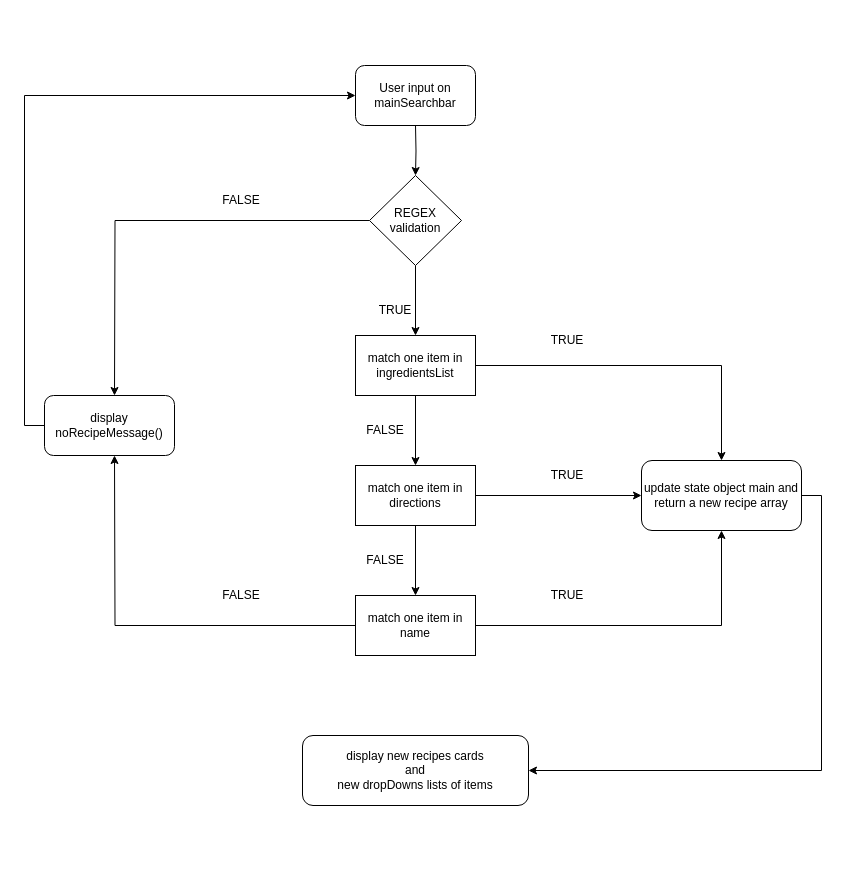
The draw.io diagram Fiche d'investigation fonctionnalité - recherche principale.drawio in loumorganrene/LesPetitsPlats, before the edit. Source tidied: cells renumbered, new cells numbered last; positions are measured from the earlier drawing's top-left corner, leaving out a move shared by most shapes. Both pictures are drawn from the tidied source at 100%, with x=0, y=0 at pixel (44, 65).
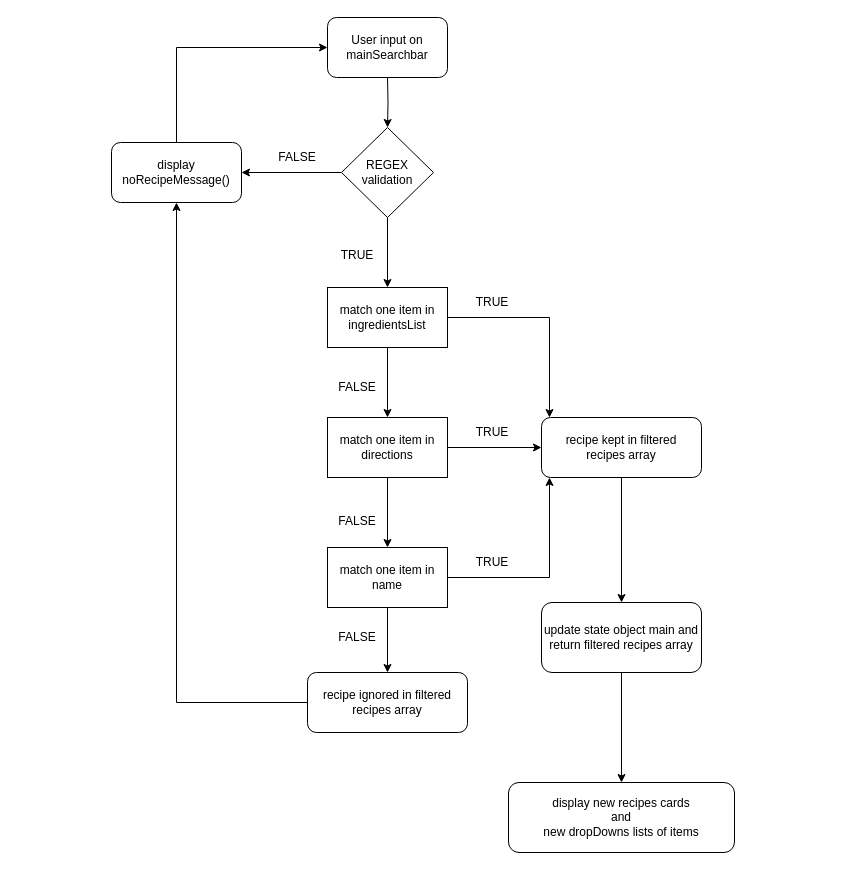
After the change.

Commit message:
Mettre à jour Fiche d'investigation fonctionnalité - recherche principale.drawio

Change to the diagram source:
```diff
@@
     <mxCell id="2" style="edgeStyle=orthogonalEdgeStyle;rounded=0;jettySize=auto;html=1;" parent="1" edge="1" target="6">
       <mxGeometry relative="1" as="geometry">
-        <mxPoint x="371" y="60" as="sourcePoint" />
+        <mxPoint x="343" y="12" as="sourcePoint" />
       </mxGeometry>
     </mxCell>
     <mxCell id="3" value="User input on mainSearchbar" style="rounded=1;whiteSpace=wrap;html=1;" parent="1" vertex="1">
-      <mxGeometry x="311" width="120" height="60" as="geometry" />
+      <mxGeometry x="283" y="-48" width="120" height="60" as="geometry" />
     </mxCell>
@@
-    <mxCell id="5" style="edgeStyle=orthogonalEdgeStyle;rounded=0;jettySize=auto;html=1;entryX=0.5;entryY=0;entryDx=0;entryDy=0;" parent="1" edge="1" source="6">
-      <mxGeometry relative="1" as="geometry">
-        <mxPoint x="70" y="330" as="targetPoint" />
-      </mxGeometry>
+    <mxCell id="5" style="edgeStyle=orthogonalEdgeStyle;rounded=0;jettySize=auto;html=1;entryX=1;entryY=0.5;entryDx=0;entryDy=0;" parent="1" edge="1" source="6" target="19">
+      <mxGeometry relative="1" as="geometry" />
     </mxCell>
     <mxCell id="6" value="&lt;div&gt;REGEX &lt;br&gt;&lt;/div&gt;&lt;div&gt;validation&lt;/div&gt;" style="rhombus;whiteSpace=wrap;html=1;" parent="1" vertex="1">
-      <mxGeometry x="325" y="110" width="92" height="90" as="geometry" />
+      <mxGeometry x="297" y="62" width="92" height="90" as="geometry" />
     </mxCell>
@@
-    <mxCell id="8" style="edgeStyle=orthogonalEdgeStyle;rounded=0;jettySize=auto;html=1;entryX=0.5;entryY=0;entryDx=0;entryDy=0;" parent="1" edge="1" source="9" target="24">
+    <mxCell id="8" style="edgeStyle=orthogonalEdgeStyle;rounded=0;jettySize=auto;html=1;entryX=0.05;entryY=0;entryDx=0;entryDy=0;entryPerimeter=0;" parent="1" edge="1" source="9" target="24">
       <mxGeometry relative="1" as="geometry" />
     </mxCell>
     <mxCell id="9" value="match one item in ingredientsList" style="rounded=0;whiteSpace=wrap;html=1;" parent="1" vertex="1">
-      <mxGeometry x="311" y="270" width="120" height="60" as="geometry" />
+      <mxGeometry x="283" y="222" width="120" height="60" as="geometry" />
     </mxCell>
@@
     <mxCell id="12" value="match one item in directions" style="rounded=0;whiteSpace=wrap;html=1;" parent="1" vertex="1">
-      <mxGeometry x="311" y="400" width="120" height="60" as="geometry" />
+      <mxGeometry x="283" y="352" width="120" height="60" as="geometry" />
     </mxCell>
     <mxCell id="13" value="FALSE" style="text;html=1;strokeColor=none;fillColor=none;align=center;verticalAlign=middle;whiteSpace=wrap;rounded=0;" parent="1" vertex="1">
-      <mxGeometry x="311" y="350" width="60" height="30" as="geometry" />
+      <mxGeometry x="283" y="306.5" width="60" height="30" as="geometry" />
     </mxCell>
-    <mxCell id="14" style="edgeStyle=orthogonalEdgeStyle;rounded=0;jettySize=auto;html=1;entryX=0.5;entryY=1;entryDx=0;entryDy=0;" parent="1" edge="1" source="16">
-      <mxGeometry relative="1" as="geometry">
-        <mxPoint x="70" y="390" as="targetPoint" />
-      </mxGeometry>
-    </mxCell>
-    <mxCell id="15" style="edgeStyle=orthogonalEdgeStyle;rounded=0;jettySize=auto;html=1;exitX=1;exitY=0.5;exitDx=0;exitDy=0;entryX=0.5;entryY=1;entryDx=0;entryDy=0;" parent="1" edge="1" source="16" target="24">
+    <mxCell id="15" style="edgeStyle=orthogonalEdgeStyle;rounded=0;jettySize=auto;html=1;exitX=1;exitY=0.5;exitDx=0;exitDy=0;entryX=0.05;entryY=1;entryDx=0;entryDy=0;entryPerimeter=0;" parent="1" edge="1" source="16" target="24">
       <mxGeometry relative="1" as="geometry" />
     </mxCell>
+    <mxCell id="29" style="edgeStyle=orthogonalEdgeStyle;rounded=0;jettySize=auto;html=1;exitX=0.5;exitY=1;exitDx=0;exitDy=0;entryX=0.5;entryY=0;entryDx=0;entryDy=0;" parent="1" edge="1" source="16" target="34">
+      <mxGeometry relative="1" as="geometry" />
+    </mxCell>
     <mxCell id="16" value="match one item in name" style="rounded=0;whiteSpace=wrap;html=1;" parent="1" vertex="1">
-      <mxGeometry x="311" y="530" width="120" height="60" as="geometry" />
+      <mxGeometry x="283" y="482" width="120" height="60" as="geometry" />
     </mxCell>
     <mxCell id="17" value="FALSE" style="text;html=1;strokeColor=none;fillColor=none;align=center;verticalAlign=middle;whiteSpace=wrap;rounded=0;" parent="1" vertex="1">
-      <mxGeometry x="311" y="480" width="60" height="30" as="geometry" />
+      <mxGeometry x="283" y="441" width="60" height="30" as="geometry" />
     </mxCell>
-    <mxCell id="18" style="edgeStyle=orthogonalEdgeStyle;rounded=0;jettySize=auto;html=1;exitX=0;exitY=0.5;exitDx=0;exitDy=0;entryX=0;entryY=0.5;entryDx=0;entryDy=0;" parent="1" edge="1" source="19" target="3">
+    <mxCell id="18" style="edgeStyle=orthogonalEdgeStyle;rounded=0;jettySize=auto;html=1;exitX=0.5;exitY=0;exitDx=0;exitDy=0;entryX=0;entryY=0.5;entryDx=0;entryDy=0;" parent="1" edge="1" source="19" target="3">
       <mxGeometry relative="1" as="geometry" />
     </mxCell>
     <mxCell id="19" value="display noRecipeMessage()" style="rounded=1;whiteSpace=wrap;html=1;" parent="1" vertex="1">
-      <mxGeometry y="330" width="130" height="60" as="geometry" />
+      <mxGeometry x="67" y="77" width="130" height="60" as="geometry" />
     </mxCell>
     <mxCell id="20" value="FALSE" style="text;html=1;strokeColor=none;fillColor=none;align=center;verticalAlign=middle;whiteSpace=wrap;rounded=0;" parent="1" vertex="1">
-      <mxGeometry x="167" y="515" width="60" height="30" as="geometry" />
+      <mxGeometry x="283" y="557" width="60" height="30" as="geometry" />
     </mxCell>
     <mxCell id="21" value="FALSE" style="text;html=1;strokeColor=none;fillColor=none;align=center;verticalAlign=middle;whiteSpace=wrap;rounded=0;" parent="1" vertex="1">
-      <mxGeometry x="167" y="120" width="60" height="30" as="geometry" />
+      <mxGeometry x="223" y="77" width="60" height="30" as="geometry" />
     </mxCell>
     <mxCell id="22" value="TRUE" style="text;html=1;strokeColor=none;fillColor=none;align=center;verticalAlign=middle;whiteSpace=wrap;rounded=0;" parent="1" vertex="1">
-      <mxGeometry x="493" y="260" width="60" height="30" as="geometry" />
+      <mxGeometry x="418" y="222" width="60" height="30" as="geometry" />
     </mxCell>
-    <mxCell id="23" style="edgeStyle=orthogonalEdgeStyle;rounded=0;jettySize=auto;html=1;exitX=1;exitY=0.5;exitDx=0;exitDy=0;entryX=1;entryY=0.5;entryDx=0;entryDy=0;" parent="1" edge="1" source="24" target="28">
-      <mxGeometry relative="1" as="geometry" />
-    </mxCell>
+    <mxCell id="30" style="edgeStyle=orthogonalEdgeStyle;rounded=0;jettySize=auto;html=1;exitX=0.5;exitY=1;exitDx=0;exitDy=0;entryX=0.5;entryY=0;entryDx=0;entryDy=0;" parent="1" edge="1" source="24" target="32">
+      <mxGeometry relative="1" as="geometry" />
+    </mxCell>
-    <mxCell id="24" value="&lt;div&gt;update state object main and &lt;br&gt;&lt;/div&gt;&lt;div&gt;return a new recipe array &lt;br&gt;&lt;/div&gt;" style="rounded=1;whiteSpace=wrap;html=1;" parent="1" vertex="1">
-      <mxGeometry x="597" y="395" width="160" height="70" as="geometry" />
+    <mxCell id="24" value="&lt;div align=&quot;center&quot;&gt;recipe kept in filtered &lt;br&gt;&lt;/div&gt;&lt;div align=&quot;center&quot;&gt;recipes array&lt;br&gt;&lt;/div&gt;" style="rounded=1;whiteSpace=wrap;html=1;align=center;" parent="1" vertex="1">
+      <mxGeometry x="497" y="352" width="160" height="60" as="geometry" />
     </mxCell>
     <mxCell id="25" value="TRUE" style="text;html=1;strokeColor=none;fillColor=none;align=center;verticalAlign=middle;whiteSpace=wrap;rounded=0;" parent="1" vertex="1">
-      <mxGeometry x="321" y="230" width="60" height="30" as="geometry" />
+      <mxGeometry x="283" y="175" width="60" height="30" as="geometry" />
     </mxCell>
     <mxCell id="26" value="TRUE" style="text;html=1;strokeColor=none;fillColor=none;align=center;verticalAlign=middle;whiteSpace=wrap;rounded=0;" parent="1" vertex="1">
-      <mxGeometry x="493" y="395" width="60" height="30" as="geometry" />
+      <mxGeometry x="418" y="352" width="60" height="30" as="geometry" />
     </mxCell>
     <mxCell id="27" value="TRUE" style="text;html=1;strokeColor=none;fillColor=none;align=center;verticalAlign=middle;whiteSpace=wrap;rounded=0;" parent="1" vertex="1">
-      <mxGeometry x="493" y="515" width="60" height="30" as="geometry" />
+      <mxGeometry x="418" y="482" width="60" height="30" as="geometry" />
     </mxCell>
     <mxCell id="28" value="&lt;div&gt;display new recipes cards&lt;/div&gt;&lt;div&gt;and&lt;/div&gt;&lt;div&gt;new dropDowns lists of items&lt;br&gt;&lt;/div&gt;" style="rounded=1;whiteSpace=wrap;html=1;" parent="1" vertex="1">
-      <mxGeometry x="258" y="670" width="226" height="70" as="geometry" />
+      <mxGeometry x="464" y="717" width="226" height="70" as="geometry" />
     </mxCell>
+    <mxCell id="31" style="edgeStyle=orthogonalEdgeStyle;rounded=0;jettySize=auto;html=1;exitX=0.5;exitY=1;exitDx=0;exitDy=0;entryX=0.5;entryY=0;entryDx=0;entryDy=0;" parent="1" edge="1" source="32" target="28">
+      <mxGeometry relative="1" as="geometry" />
+    </mxCell>
+    <mxCell id="32" value="&lt;div&gt;update state object main and &lt;br&gt;&lt;/div&gt;&lt;div&gt;return filtered recipes array &lt;br&gt;&lt;/div&gt;" style="rounded=1;whiteSpace=wrap;html=1;" parent="1" vertex="1">
+      <mxGeometry x="497" y="537" width="160" height="70" as="geometry" />
+    </mxCell>
+    <mxCell id="33" style="edgeStyle=orthogonalEdgeStyle;rounded=0;jettySize=auto;html=1;exitX=0;exitY=0.5;exitDx=0;exitDy=0;entryX=0.5;entryY=1;entryDx=0;entryDy=0;" parent="1" edge="1" source="34" target="19">
+      <mxGeometry relative="1" as="geometry" />
+    </mxCell>
+    <mxCell id="34" value="&lt;div align=&quot;center&quot;&gt;recipe ignored in filtered &lt;br&gt;&lt;/div&gt;&lt;div align=&quot;center&quot;&gt;recipes array&lt;br&gt;&lt;/div&gt;" style="rounded=1;whiteSpace=wrap;html=1;align=center;" parent="1" vertex="1">
+      <mxGeometry x="263" y="607" width="160" height="60" as="geometry" />
+    </mxCell>
```
